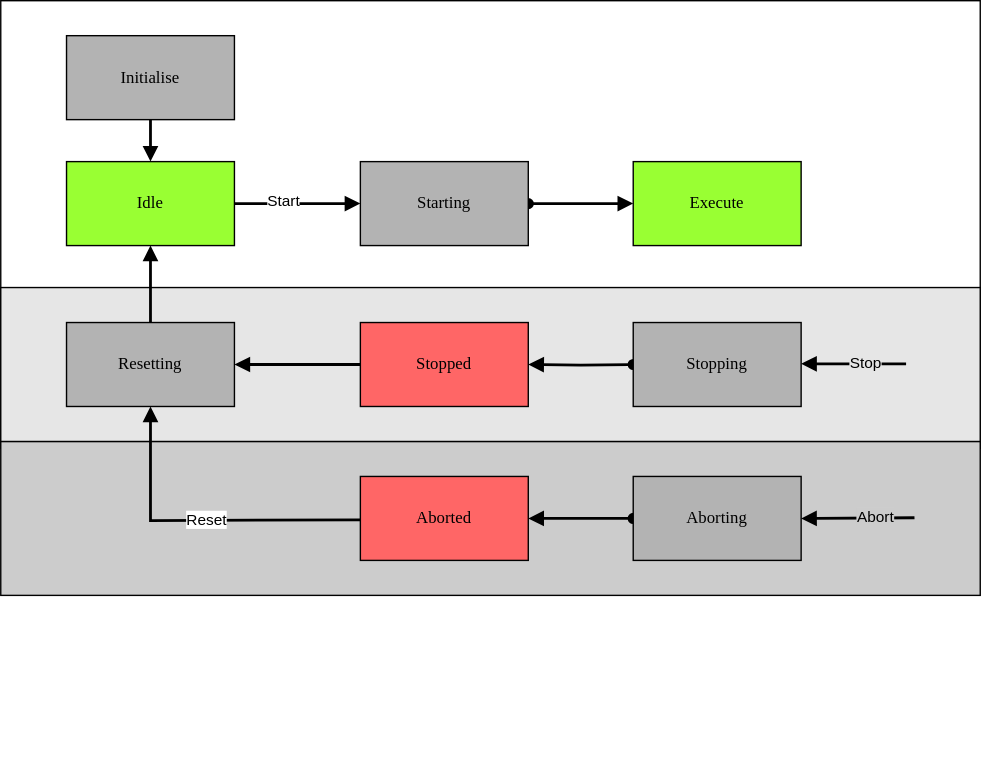
Earlier version of the draw.io export docs/StateMachine.drawio.svg (PeterZerlauth/Tc3_Component). Source tidied: cells renumbered, new cells last; positions are measured from the earlier drawing's top-left corner, leaving out a move shared by most shapes.
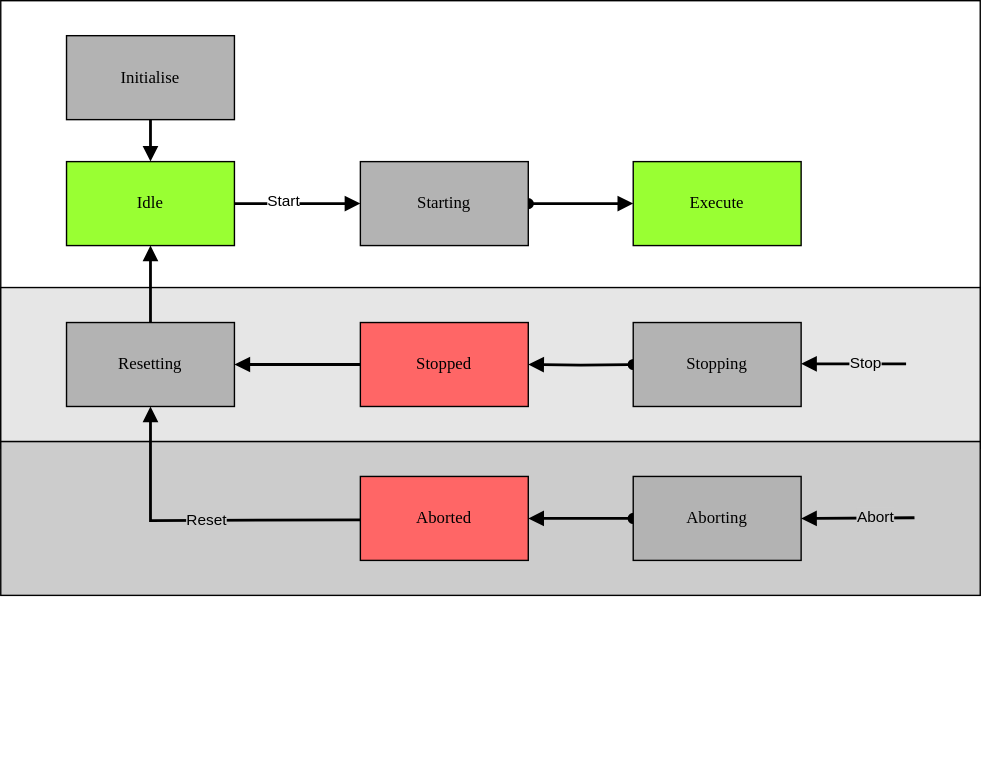
After the change.

The edit, as a diff of the source:
```diff
@@ -87,7 +87,7 @@
         <mxPoint x="210" y="346" as="sourcePoint" />
       </mxGeometry>
     </mxCell>
-    <mxCell id="26" value="Reset" style="edgeLabel;html=1;align=center;verticalAlign=middle;" parent="25" vertex="1">
+    <mxCell id="26" value="Reset" style="edgeLabel;html=1;align=center;verticalAlign=middle;labelBackgroundColor=#CCCCCC;" parent="25" vertex="1">
       <mxGeometry x="-0.34" relative="1" as="geometry">
         <mxPoint x="-34" y="-1" as="offset" />
       </mxGeometry>
```
